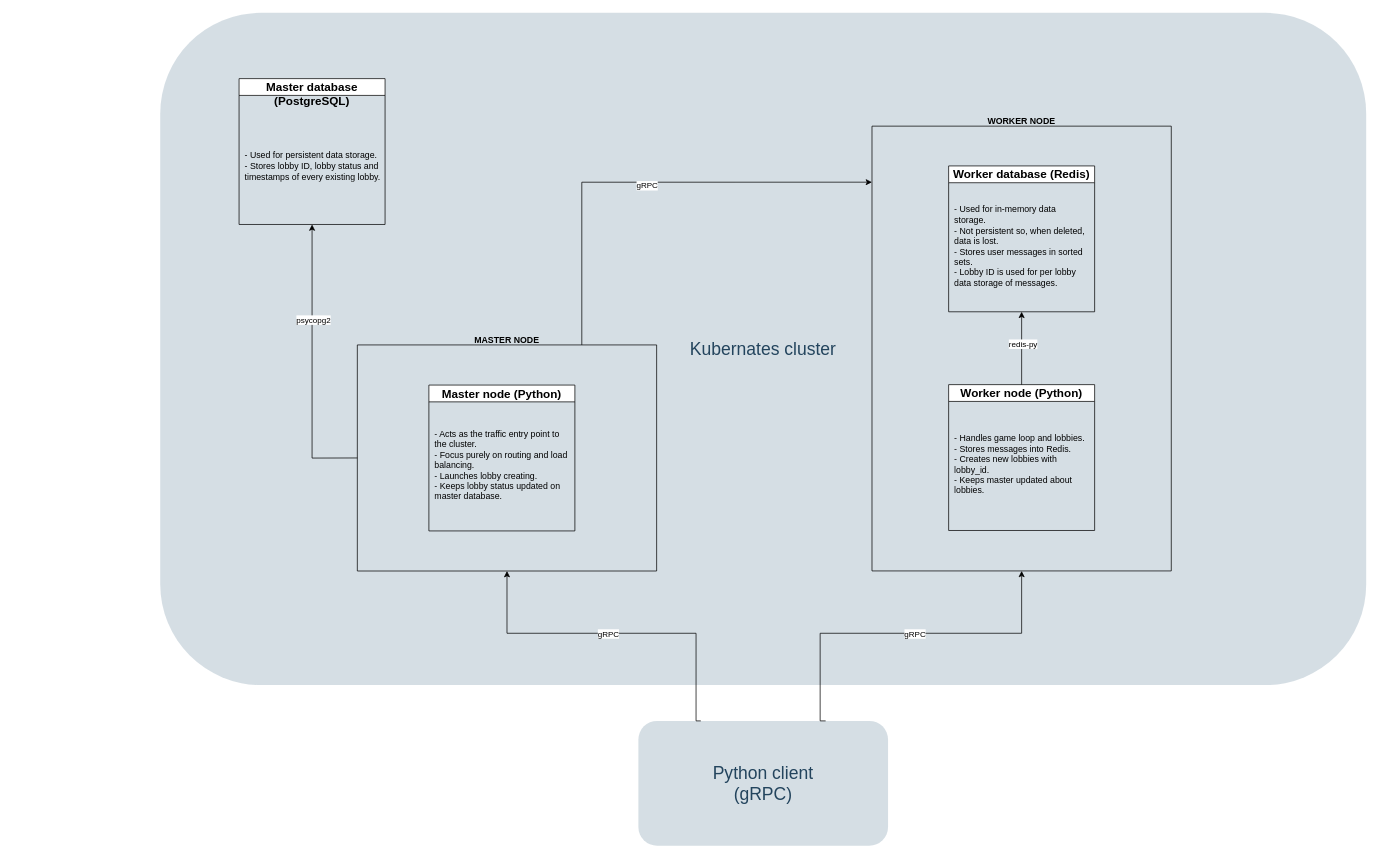
Earlier version of the draw.io diagram system_architecture.drawio (mrMikoma/Guess-a-word). Source tidied: cells renumbered, new cells numbered last; positions are measured from the earlier drawing's top-left corner, leaving out a move shared by most shapes. Both pictures are drawn from the tidied source at 73%, with x=0, y=0 at pixel (160, 12).
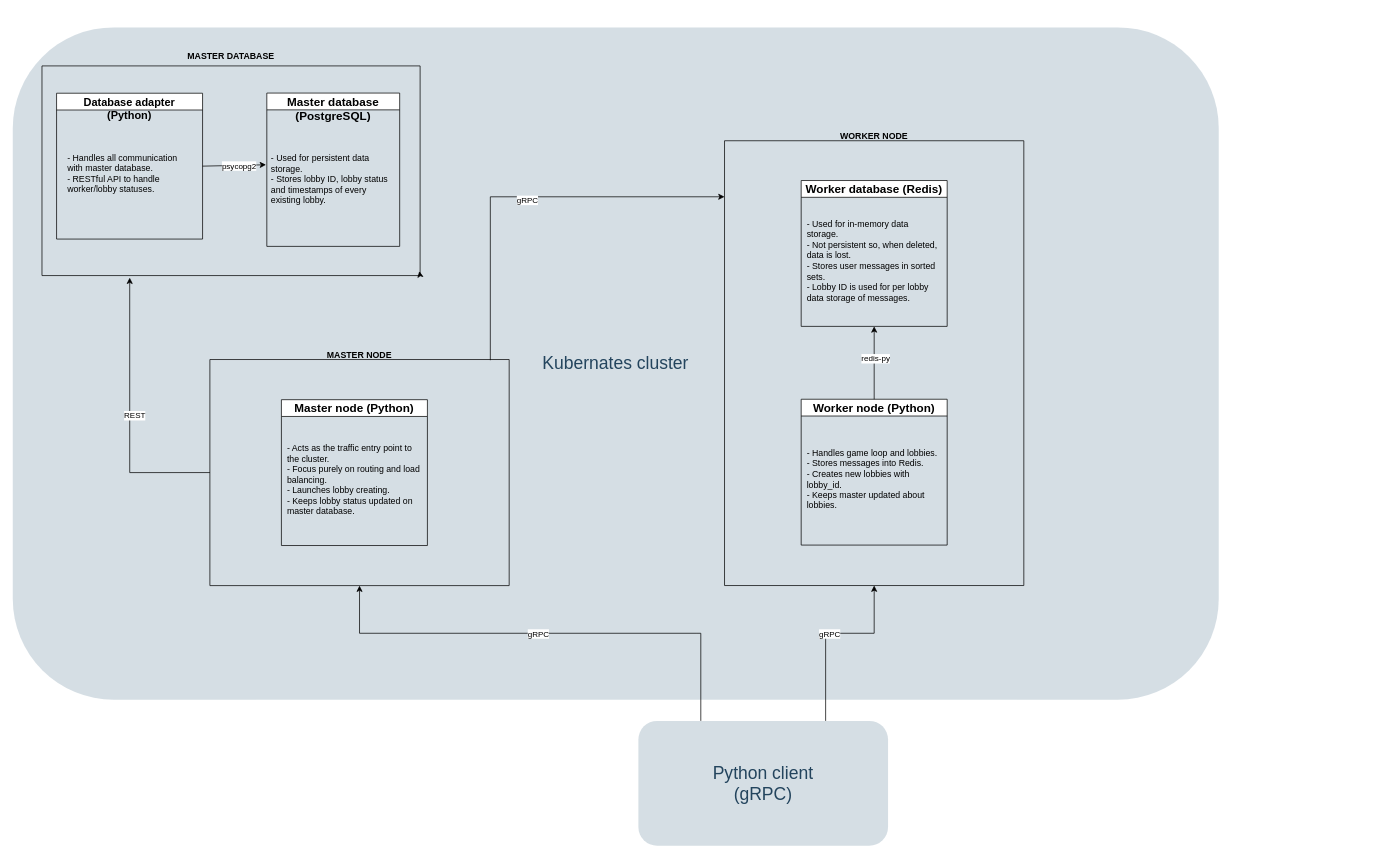
The same diagram, later.

The change refers to these unchanged cells:
```xml
<mxCell id="10" value="MASTER NODE&#10;" style="swimlane;startSize=0;" parent="2" vertex="1">
  <mxGeometry x="270" y="455" width="410" height="309.7" as="geometry" />
</mxCell>
<mxCell id="11" value="WORKER NODE&#10;" style="swimlane;startSize=0;" parent="2" vertex="1">
  <mxGeometry x="975" y="155.3" width="410" height="609.3" as="geometry" />
</mxCell>
```

Change to the diagram source:
```diff
@@
     <mxCell id="2" style="group;" parent="1" vertex="1">
-      <mxGeometry width="1652" height="920" as="geometry" />
+      <mxGeometry x="-202" y="20" width="1652" height="920" as="geometry" />
     </mxCell>
@@
-    <mxCell id="15" style="edgeStyle=orthogonalEdgeStyle;rounded=0;jettySize=auto;html=1;exitX=0.75;exitY=0;exitDx=0;exitDy=0;entryX=0;entryY=0.126;entryDx=0;entryDy=0;entryPerimeter=0;" parent="2" edge="1" source="10" target="11">
+    <mxCell id="15" style="edgeStyle=orthogonalEdgeStyle;rounded=0;jettySize=auto;html=1;exitX=0.937;exitY=0.003;exitDx=0;exitDy=0;entryX=0;entryY=0.126;entryDx=0;entryDy=0;entryPerimeter=0;exitPerimeter=0;" parent="2" edge="1" source="10" target="11">
       <mxGeometry relative="1" as="geometry" />
     </mxCell>
@@
     <mxCell id="19" style="group;" parent="2" vertex="1">
-      <mxGeometry x="108" y="100" width="200" height="199.8" as="geometry" />
+      <mxGeometry x="60" y="100" width="200" height="199.8" as="geometry" />
     </mxCell>
+    <mxCell id="21" value="&lt;div&gt;&lt;font style=&quot;font-size: 15px;&quot;&gt;&lt;br&gt;&lt;/font&gt;&lt;/div&gt;&lt;font style=&quot;font-size: 15px;&quot;&gt;Database adapter&lt;br&gt;(Python)&lt;/font&gt;" style="swimlane;whiteSpace=wrap;html=1;" parent="19" vertex="1">
+      <mxGeometry y="-9.8" width="200" height="199.8" as="geometry" />
+    </mxCell>
+    <mxCell id="31" value="&lt;div&gt;&lt;span style=&quot;font-size: 16px;&quot;&gt;&lt;br&gt;&lt;/span&gt;&lt;/div&gt;&lt;span style=&quot;font-size: 16px;&quot;&gt;Master database (PostgreSQL)&lt;/span&gt;" style="swimlane;whiteSpace=wrap;html=1;" parent="2" vertex="1">
+      <mxGeometry x="348" y="90" width="182" height="210" as="geometry" />
+    </mxCell>
+    <mxCell id="32" value="MASTER DATABASE&#10;&#10;" style="swimlane;startSize=0;" parent="31" vertex="1">
+      <mxGeometry x="-308" y="-37.2" width="518" height="287.2" as="geometry" />
+    </mxCell>
+    <mxCell id="33" style="edgeStyle=orthogonalEdgeStyle;rounded=0;orthogonalLoop=1;jettySize=auto;html=1;exitX=1;exitY=1;exitDx=0;exitDy=0;entryX=0.998;entryY=0.979;entryDx=0;entryDy=0;entryPerimeter=0;" parent="31" edge="1" source="32" target="32">
+      <mxGeometry relative="1" as="geometry" />
+    </mxCell>
-    <mxCell id="20" value="- Used for persistent data storage.&lt;div&gt;- Stores lobby ID, lobby status and timestamps of every existing lobby.&lt;/div&gt;" style="text;strokeColor=none;fillColor=none;align=left;verticalAlign=middle;spacingLeft=4;spacingRight=4;overflow=hidden;points=[[0,0.5],[1,0.5]];portConstraint=eastwest;whiteSpace=wrap;html=1;" parent="19" vertex="1">
-      <mxGeometry x="2" y="20" width="196" height="179.8" as="geometry" />
+    <mxCell id="20" value="- Used for persistent data storage.&lt;div&gt;- Stores lobby ID, lobby status and timestamps of every existing lobby.&lt;/div&gt;" style="text;strokeColor=none;fillColor=none;align=left;verticalAlign=middle;spacingLeft=4;spacingRight=4;overflow=hidden;points=[[0,0.5],[1,0.5]];portConstraint=eastwest;whiteSpace=wrap;html=1;" parent="2" vertex="1">
+      <mxGeometry x="348" y="125.3" width="182" height="164.7" as="geometry" />
     </mxCell>
-    <mxCell id="21" value="&lt;div&gt;&lt;span style=&quot;font-size: 16px;&quot;&gt;&lt;br&gt;&lt;/span&gt;&lt;/div&gt;&lt;span style=&quot;font-size: 16px;&quot;&gt;Master database (PostgreSQL)&lt;/span&gt;" style="swimlane;whiteSpace=wrap;html=1;" parent="19" vertex="1">
-      <mxGeometry y="-9.8" width="200" height="199.8" as="geometry" />
-    </mxCell>
-    <mxCell id="22" style="endArrow=classic;html=1;rounded=0;exitX=0;exitY=0.5;exitDx=0;exitDy=0;entryX=0.5;entryY=1;entryDx=0;entryDy=0;" parent="2" edge="1" source="10" target="21">
-      <mxGeometry relative="1" as="geometry">
-        <Array as="points">
-          <mxPoint x="208" y="610" />
-        </Array>
-      </mxGeometry>
+    <mxCell id="22" style="endArrow=classic;html=1;rounded=0;exitX=1;exitY=0.5;exitDx=0;exitDy=0;entryX=-0.006;entryY=0.382;entryDx=0;entryDy=0;entryPerimeter=0;" parent="2" edge="1" source="21" target="20">
+      <mxGeometry relative="1" as="geometry" />
     </mxCell>
     <mxCell id="23" value="psycopg2" style="edgeLabel;html=1;align=center;verticalAlign=middle;" parent="22" vertex="1">
-      <mxGeometry x="0.32" y="-1" relative="1" as="geometry" />
+      <mxGeometry x="0.32" y="-1" relative="1" as="geometry">
+        <mxPoint x="-8" as="offset" />
+      </mxGeometry>
     </mxCell>
+    <mxCell id="34" style="edgeStyle=orthogonalEdgeStyle;rounded=0;jettySize=auto;html=1;exitX=0;exitY=0.5;exitDx=0;exitDy=0;entryX=0.232;entryY=1.01;entryDx=0;entryDy=0;entryPerimeter=0;" parent="2" edge="1" source="10" target="32">
+      <mxGeometry relative="1" as="geometry" />
+    </mxCell>
+    <mxCell id="35" value="REST" style="edgeLabel;html=1;align=center;verticalAlign=middle;" parent="34" vertex="1">
+      <mxGeometry y="-4" relative="1" as="geometry">
+        <mxPoint x="2" as="offset" />
+      </mxGeometry>
+    </mxCell>
+    <mxCell id="36" value="- Handles all communication with master database.&lt;br&gt;- RESTful API to handle worker/lobby statuses." style="text;strokeColor=none;fillColor=none;align=left;verticalAlign=middle;spacingLeft=4;spacingRight=4;overflow=hidden;whiteSpace=wrap;html=1;" parent="2" vertex="1">
+      <mxGeometry x="69" y="117.6" width="182" height="164.7" as="geometry" />
+    </mxCell>
```
